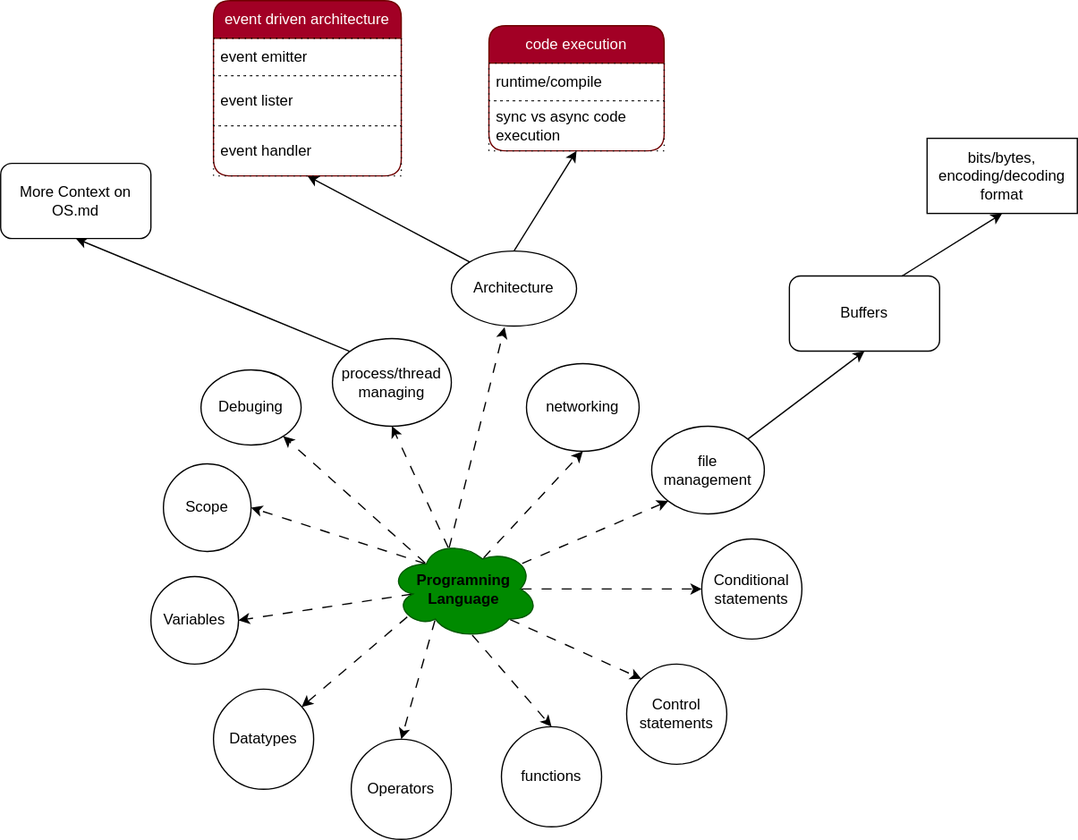
This is programming-langs/pl.svg from knkrn5/Programming-Concepts, a draw.io export, as it was before one commit. Source tidied: cells renumbered, new cells last; positions are measured from the earlier drawing's top-left corner, leaving out a move shared by most shapes.
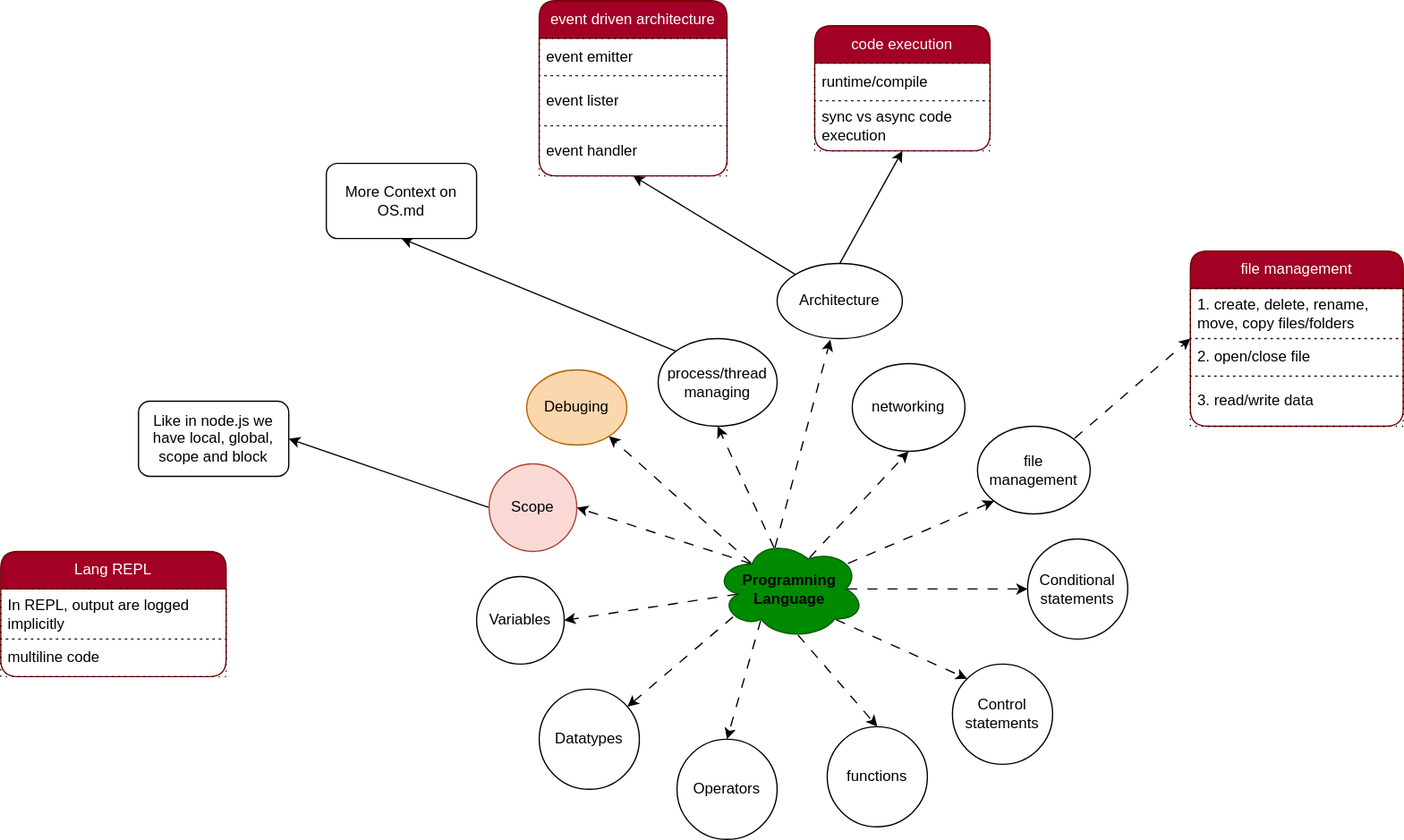
After the commit.

Commit message:
Refactor code structure for improved readability and maintainability

Diff of the diagram source:
```diff
@@ -1,11 +1,14 @@
-<mxGraphModel>
+<mxGraphModel background="#ffffff">
   <root>
     <mxCell id="0" />
     <mxCell id="1" parent="0" />
-    <mxCell id="2" value="Variables" style="ellipse;whiteSpace=wrap;html=1;" parent="1" vertex="1">
+    <mxCell id="2" value="Variables" style="ellipse;whiteSpace=wrap;html=1;fillColor=light-dark(#FFFFFF,#FF6666);strokeColor=light-dark(#000000,#FF3333);" parent="1" vertex="1">
       <mxGeometry x="120" y="460" width="70" height="70" as="geometry" />
     </mxCell>
+    <mxCell id="42" style="edgeStyle=none;html=1;exitX=0;exitY=0.5;exitDx=0;exitDy=0;entryX=1;entryY=0.5;entryDx=0;entryDy=0;" parent="1" edge="1" source="3" target="50">
+      <mxGeometry relative="1" as="geometry" />
+    </mxCell>
-    <mxCell id="3" value="Scope" style="ellipse;whiteSpace=wrap;html=1;" parent="1" vertex="1">
+    <mxCell id="3" value="Scope" style="ellipse;whiteSpace=wrap;html=1;fillColor=#fad9d5;strokeColor=#ae4132;" parent="1" vertex="1">
       <mxGeometry x="130" y="370" width="70" height="70" as="geometry" />
     </mxCell>
     <mxCell id="4" style="edgeStyle=none;html=1;exitX=0.16;exitY=0.55;exitDx=0;exitDy=0;exitPerimeter=0;entryX=1;entryY=0.5;entryDx=0;entryDy=0;flowAnimation=1;" parent="1" edge="1" source="14" target="2">
@@ -41,34 +44,34 @@
     <mxCell id="14" value="&lt;b&gt;&lt;font style=&quot;color: light-dark(rgb(0, 0, 0), rgb(0, 0, 0));&quot;&gt;Programning&lt;/font&gt;&lt;/b&gt;&lt;div&gt;&lt;font style=&quot;&quot;&gt;&lt;b style=&quot;&quot;&gt;&lt;font style=&quot;color: light-dark(rgb(0, 0, 0), rgb(0, 0, 0));&quot;&gt;Language&lt;/font&gt;&lt;/b&gt;&lt;/font&gt;&lt;/div&gt;" style="ellipse;shape=cloud;whiteSpace=wrap;html=1;fillColor=#008a00;fontColor=#ffffff;strokeColor=#005700;" parent="1" vertex="1">
       <mxGeometry x="310" y="430" width="120" height="80" as="geometry" />
     </mxCell>
-    <mxCell id="15" value="Datatypes" style="ellipse;whiteSpace=wrap;html=1;" parent="1" vertex="1">
+    <mxCell id="15" value="&lt;font style=&quot;color: light-dark(rgb(0, 0, 0), rgb(0, 0, 0));&quot;&gt;Datatypes&lt;/font&gt;" style="ellipse;whiteSpace=wrap;html=1;fillColor=light-dark(#FFFFFF,#FFB366);strokeColor=light-dark(#000000,#FF9933);" parent="1" vertex="1">
       <mxGeometry x="170" y="550" width="80" height="80" as="geometry" />
     </mxCell>
-    <mxCell id="16" value="Operators" style="ellipse;whiteSpace=wrap;html=1;" parent="1" vertex="1">
+    <mxCell id="16" value="&lt;font style=&quot;color: light-dark(rgb(0, 0, 0), rgb(0, 0, 0));&quot;&gt;Operators&lt;/font&gt;" style="ellipse;whiteSpace=wrap;html=1;fillColor=light-dark(#FFFFFF,#FFFF66);strokeColor=light-dark(#000000,#FFFF33);" parent="1" vertex="1">
       <mxGeometry x="280" y="590" width="80" height="80" as="geometry" />
     </mxCell>
-    <mxCell id="17" value="functions" style="ellipse;whiteSpace=wrap;html=1;" parent="1" vertex="1">
+    <mxCell id="17" value="&lt;font style=&quot;color: light-dark(rgb(0, 0, 0), rgb(0, 0, 0));&quot;&gt;functions&lt;/font&gt;" style="ellipse;whiteSpace=wrap;html=1;fillColor=light-dark(#FFFFFF,#B3FF66);strokeColor=light-dark(#000000,#33FF33);" parent="1" vertex="1">
       <mxGeometry x="400" y="580" width="80" height="80" as="geometry" />
     </mxCell>
-    <mxCell id="18" value="Control&lt;div&gt;statements&lt;/div&gt;" style="ellipse;whiteSpace=wrap;html=1;" parent="1" vertex="1">
+    <mxCell id="18" value="&lt;font style=&quot;color: light-dark(rgb(0, 0, 0), rgb(0, 0, 0));&quot;&gt;Control&lt;/font&gt;&lt;div&gt;&lt;font style=&quot;color: light-dark(rgb(0, 0, 0), rgb(0, 0, 0));&quot;&gt;statements&lt;/font&gt;&lt;/div&gt;" style="ellipse;whiteSpace=wrap;html=1;fillColor=light-dark(#FFFFFF,#66FFB3);strokeColor=light-dark(#000000,#66FFFF);" parent="1" vertex="1">
       <mxGeometry x="500" y="530" width="80" height="80" as="geometry" />
     </mxCell>
-    <mxCell id="19" value="Conditional&lt;div&gt;statements&lt;/div&gt;" style="ellipse;whiteSpace=wrap;html=1;" parent="1" vertex="1">
+    <mxCell id="19" value="&lt;font style=&quot;color: light-dark(rgb(0, 0, 0), rgb(0, 0, 0));&quot;&gt;Conditional&lt;/font&gt;&lt;div&gt;&lt;font style=&quot;color: light-dark(rgb(0, 0, 0), rgb(0, 0, 0));&quot;&gt;statements&lt;/font&gt;&lt;/div&gt;" style="ellipse;whiteSpace=wrap;html=1;fillColor=light-dark(#FFFFFF,#66FFFF);strokeColor=light-dark(#000000,#33FFFF);" parent="1" vertex="1">
       <mxGeometry x="560" y="430" width="80" height="80" as="geometry" />
     </mxCell>
-    <mxCell id="20" style="edgeStyle=none;html=1;exitX=1;exitY=0;exitDx=0;exitDy=0;entryX=0.5;entryY=1;entryDx=0;entryDy=0;" parent="1" edge="1" source="21" target="27">
+    <mxCell id="20" style="edgeStyle=none;html=1;exitX=1;exitY=0;exitDx=0;exitDy=0;entryX=0;entryY=0.5;entryDx=0;entryDy=0;flowAnimation=1;" parent="1" edge="1" source="21" target="46">
       <mxGeometry relative="1" as="geometry" />
     </mxCell>
-    <mxCell id="21" value="file&lt;div&gt;management&lt;/div&gt;" style="ellipse;whiteSpace=wrap;html=1;" parent="1" vertex="1">
+    <mxCell id="21" value="&lt;font style=&quot;color: light-dark(rgb(0, 0, 0), rgb(0, 0, 0));&quot;&gt;file&lt;/font&gt;&lt;div&gt;&lt;font style=&quot;color: light-dark(rgb(0, 0, 0), rgb(0, 0, 0));&quot;&gt;management&lt;/font&gt;&lt;/div&gt;" style="ellipse;whiteSpace=wrap;html=1;fillColor=light-dark(#FFFFFF,#66B2FF);strokeColor=light-dark(#000000,#3399FF);" parent="1" vertex="1">
       <mxGeometry x="520" y="340" width="90" height="70" as="geometry" />
     </mxCell>
-    <mxCell id="22" value="networking" style="ellipse;whiteSpace=wrap;html=1;" parent="1" vertex="1">
+    <mxCell id="22" value="&lt;font style=&quot;color: light-dark(rgb(0, 0, 0), rgb(0, 0, 0));&quot;&gt;networking&lt;/font&gt;" style="ellipse;whiteSpace=wrap;html=1;fillColor=light-dark(#FFFFFF,#B266FF);strokeColor=light-dark(#000000,#9933FF);" parent="1" vertex="1">
       <mxGeometry x="420" y="290" width="90" height="70" as="geometry" />
     </mxCell>
     <mxCell id="23" style="edgeStyle=none;html=1;exitX=0;exitY=0;exitDx=0;exitDy=0;entryX=0.5;entryY=1;entryDx=0;entryDy=0;" parent="1" edge="1" source="24" target="41">
       <mxGeometry relative="1" as="geometry" />
     </mxCell>
-    <mxCell id="24" value="process/thread&lt;div&gt;managing&lt;/div&gt;" style="ellipse;whiteSpace=wrap;html=1;" parent="1" vertex="1">
+    <mxCell id="24" value="&lt;font style=&quot;color: light-dark(rgb(0, 0, 0), rgb(0, 0, 0));&quot;&gt;process/thread&lt;/font&gt;&lt;div&gt;&lt;font style=&quot;color: light-dark(rgb(0, 0, 0), rgb(0, 0, 0));&quot;&gt;managing&lt;/font&gt;&lt;/div&gt;" style="ellipse;whiteSpace=wrap;html=1;fillColor=light-dark(#FFFFFF,#FF66B3);strokeColor=light-dark(#000000,#FF33FF);" parent="1" vertex="1">
       <mxGeometry x="265" y="270" width="95" height="70" as="geometry" />
     </mxCell>
     <mxCell id="25" style="html=1;exitX=0.55;exitY=0.95;exitDx=0;exitDy=0;exitPerimeter=0;entryX=0.5;entryY=0;entryDx=0;entryDy=0;flowAnimation=1;" parent="1" edge="1" source="14" target="17">
@@ -77,16 +80,7 @@
     <mxCell id="26" style="edgeStyle=none;html=1;exitX=0.88;exitY=0.25;exitDx=0;exitDy=0;exitPerimeter=0;entryX=0;entryY=1;entryDx=0;entryDy=0;flowAnimation=1;" parent="1" edge="1" source="14" target="21">
       <mxGeometry relative="1" as="geometry" />
     </mxCell>
-    <mxCell id="27" value="Buffers" style="rounded=1;whiteSpace=wrap;html=1;" parent="1" vertex="1">
-      <mxGeometry x="630" y="220" width="120" height="60" as="geometry" />
-    </mxCell>
-    <mxCell id="28" value="bits/bytes, encoding/decoding format" style="whiteSpace=wrap;html=1;" parent="1" vertex="1">
-      <mxGeometry x="740" y="110" width="120" height="60" as="geometry" />
-    </mxCell>
-    <mxCell id="29" style="edgeStyle=none;html=1;exitX=0.75;exitY=0;exitDx=0;exitDy=0;entryX=0.5;entryY=1;entryDx=0;entryDy=0;" parent="1" edge="1" source="27" target="28">
-      <mxGeometry relative="1" as="geometry" />
-    </mxCell>
-    <mxCell id="30" value="Debuging" style="ellipse;whiteSpace=wrap;html=1;" parent="1" vertex="1">
+    <mxCell id="30" value="Debuging" style="ellipse;whiteSpace=wrap;html=1;fillColor=#fad7ac;strokeColor=#b46504;" parent="1" vertex="1">
       <mxGeometry x="160" y="295" width="80" height="60" as="geometry" />
     </mxCell>
     <mxCell id="31" style="edgeStyle=none;html=1;exitX=0.5;exitY=0;exitDx=0;exitDy=0;entryX=0.5;entryY=1;entryDx=0;entryDy=0;" parent="1" edge="1" source="33" target="34">
@@ -95,8 +89,8 @@
     <mxCell id="32" style="edgeStyle=none;html=1;exitX=0;exitY=0;exitDx=0;exitDy=0;entryX=0.5;entryY=1;entryDx=0;entryDy=0;" parent="1" edge="1" source="33" target="37">
       <mxGeometry relative="1" as="geometry" />
     </mxCell>
-    <mxCell id="33" value="Architecture" style="ellipse;whiteSpace=wrap;html=1;" parent="1" vertex="1">
-      <mxGeometry x="360" y="200" width="100" height="60" as="geometry" />
+    <mxCell id="33" value="&lt;font style=&quot;color: light-dark(rgb(0, 0, 0), rgb(0, 0, 0));&quot;&gt;Architecture&lt;/font&gt;" style="ellipse;whiteSpace=wrap;html=1;fillColor=light-dark(#FFFFFF,#FF66FF);" parent="1" vertex="1">
+      <mxGeometry x="360" y="210" width="100" height="60" as="geometry" />
     </mxCell>
     <mxCell id="34" value="code execution" style="swimlane;fontStyle=0;horizontal=1;startSize=30;whiteSpace=wrap;html=1;rounded=1;fillColor=#a20025;fontColor=#ffffff;strokeColor=#6F0000;" parent="1" vertex="1">
       <mxGeometry x="390" y="20" width="140" height="100" as="geometry" />
@@ -107,6 +101,27 @@
     <mxCell id="36" value="sync vs async code execution" style="text;strokeColor=default;fillColor=none;align=left;verticalAlign=middle;spacingLeft=4;spacingRight=4;overflow=hidden;whiteSpace=wrap;html=1;dashed=1;dashPattern=1 4;" parent="34" vertex="1">
       <mxGeometry y="60" width="140" height="40" as="geometry" />
     </mxCell>
+    <mxCell id="43" value="Lang REPL" style="swimlane;fontStyle=0;horizontal=1;startSize=30;whiteSpace=wrap;html=1;rounded=1;fillColor=#a20025;fontColor=#ffffff;strokeColor=#6F0000;" parent="1" vertex="1">
+      <mxGeometry x="-260" y="440" width="180" height="100" as="geometry" />
+    </mxCell>
+    <mxCell id="44" value="In REPL, output are logged implicitly" style="text;strokeColor=default;fillColor=none;align=left;verticalAlign=middle;spacingLeft=4;spacingRight=4;overflow=hidden;whiteSpace=wrap;html=1;dashed=1;dashPattern=1 4;" parent="43" vertex="1">
+      <mxGeometry y="30" width="180" height="40" as="geometry" />
+    </mxCell>
+    <mxCell id="45" value="multiline code" style="text;strokeColor=default;fillColor=none;align=left;verticalAlign=middle;spacingLeft=4;spacingRight=4;overflow=hidden;whiteSpace=wrap;html=1;dashed=1;dashPattern=1 4;" parent="43" vertex="1">
+      <mxGeometry y="70" width="180" height="30" as="geometry" />
+    </mxCell>
+    <mxCell id="46" value="file management" style="swimlane;fontStyle=0;horizontal=1;startSize=30;whiteSpace=wrap;html=1;rounded=1;fillColor=#a20025;fontColor=#ffffff;strokeColor=#6F0000;" parent="1" vertex="1">
+      <mxGeometry x="690" y="200" width="170" height="140" as="geometry" />
+    </mxCell>
+    <mxCell id="47" value="1. create, delete, rename, move, copy files/folders" style="text;strokeColor=default;fillColor=none;align=left;verticalAlign=middle;spacingLeft=4;spacingRight=4;overflow=hidden;whiteSpace=wrap;html=1;dashed=1;dashPattern=1 4;" parent="46" vertex="1">
+      <mxGeometry y="30" width="170" height="40" as="geometry" />
+    </mxCell>
+    <mxCell id="48" value="2. open/close file" style="text;strokeColor=default;fillColor=none;align=left;verticalAlign=middle;spacingLeft=4;spacingRight=4;overflow=hidden;whiteSpace=wrap;html=1;dashed=1;dashPattern=1 4;" parent="46" vertex="1">
+      <mxGeometry y="70" width="170" height="30" as="geometry" />
+    </mxCell>
+    <mxCell id="49" value="3. read/write data" style="text;strokeColor=default;fillColor=none;align=left;verticalAlign=middle;spacingLeft=4;spacingRight=4;overflow=hidden;whiteSpace=wrap;html=1;dashed=1;dashPattern=1 4;" parent="46" vertex="1">
+      <mxGeometry y="100" width="170" height="40" as="geometry" />
+    </mxCell>
     <mxCell id="37" value="event driven architecture" style="swimlane;fontStyle=0;horizontal=1;startSize=30;whiteSpace=wrap;html=1;rounded=1;fillColor=#a20025;fontColor=#ffffff;strokeColor=#6F0000;" parent="1" vertex="1">
       <mxGeometry x="170" width="150" height="140" as="geometry" />
     </mxCell>
@@ -122,5 +137,8 @@
     <mxCell id="41" value="More Context on OS.md" style="rounded=1;whiteSpace=wrap;html=1;" parent="1" vertex="1">
       <mxGeometry y="130" width="120" height="60" as="geometry" />
     </mxCell>
+    <mxCell id="50" value="Like in node.js we have local, global, scope and block" style="rounded=1;whiteSpace=wrap;html=1;" parent="1" vertex="1">
+      <mxGeometry x="-150" y="320" width="120" height="60" as="geometry" />
+    </mxCell>
   </root>
 </mxGraphModel>
```
